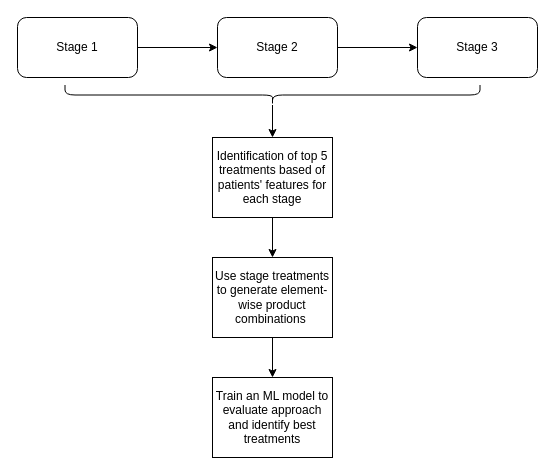
Before: page "Page-11" (11 of 12) of mimic3/visualize/visualize.drawio in karen-gishyan/project, a draw.io diagram. Source tidied: cells renumbered, new cells numbered last; positions are measured from the earlier drawing's top-left corner, leaving out a move shared by most shapes. Both pictures are drawn from the tidied source at 100%, with x=0, y=0 at pixel (17, -113).
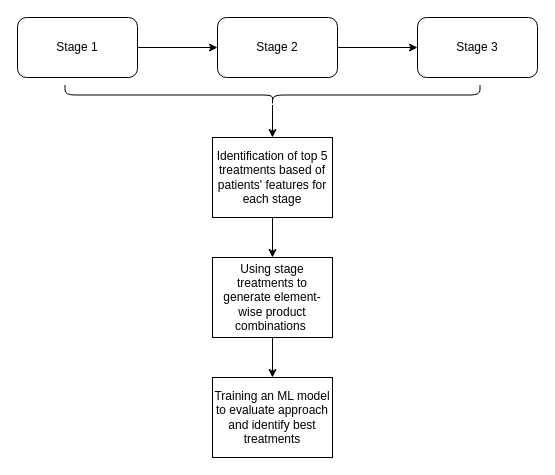
The same page after the edit.

The edit, as a diff of the source:
```diff
@@
 <mxGraphModel background="#ffffff">
   <root>
     <mxCell id="0" />
     <mxCell id="1" parent="0" />
     <mxCell id="2" style="edgeStyle=none;html=1;" parent="1" edge="1" source="3" target="5">
       <mxGeometry relative="1" as="geometry" />
     </mxCell>
     <mxCell id="3" value="Stage 1" style="rounded=1;whiteSpace=wrap;html=1;" parent="1" vertex="1">
       <mxGeometry y="130" width="120" height="60" as="geometry" />
     </mxCell>
     <mxCell id="4" style="edgeStyle=none;html=1;" parent="1" edge="1" source="5" target="6">
       <mxGeometry relative="1" as="geometry" />
     </mxCell>
     <mxCell id="5" value="Stage 2" style="rounded=1;whiteSpace=wrap;html=1;" parent="1" vertex="1">
       <mxGeometry x="200" y="130" width="120" height="60" as="geometry" />
     </mxCell>
     <mxCell id="6" value="Stage 3" style="rounded=1;whiteSpace=wrap;html=1;" parent="1" vertex="1">
       <mxGeometry x="400" y="130" width="120" height="60" as="geometry" />
     </mxCell>
     <mxCell id="7" style="edgeStyle=none;html=1;entryX=0.5;entryY=0;entryDx=0;entryDy=0;" parent="1" edge="1" source="8" target="12">
       <mxGeometry relative="1" as="geometry" />
     </mxCell>
     <mxCell id="8" value="Identification of top 5 treatments based of patients' features for each stage" style="rounded=0;whiteSpace=wrap;html=1;" parent="1" vertex="1">
       <mxGeometry x="195" y="250" width="120" height="80" as="geometry" />
     </mxCell>
     <mxCell id="9" style="edgeStyle=none;html=1;entryX=0.5;entryY=0;entryDx=0;entryDy=0;" parent="1" edge="1" source="10" target="8">
       <mxGeometry relative="1" as="geometry" />
     </mxCell>
     <mxCell id="10" style="shape=curlyBracket;whiteSpace=wrap;html=1;rounded=1;flipH=1;labelPosition=right;verticalLabelPosition=middle;align=left;verticalAlign=middle;rotation=90;" parent="1" vertex="1">
       <mxGeometry x="245" width="20" height="415" as="geometry" />
     </mxCell>
     <mxCell id="11" style="edgeStyle=none;html=1;" parent="1" edge="1" source="12" target="13">
       <mxGeometry relative="1" as="geometry" />
     </mxCell>
-    <mxCell id="12" value="Use stage treatments to generate element-wise product combinations&amp;nbsp;" style="rounded=0;whiteSpace=wrap;html=1;" parent="1" vertex="1">
+    <mxCell id="12" value="Using stage treatments to generate element-wise product combinations&amp;nbsp;" style="rounded=0;whiteSpace=wrap;html=1;" parent="1" vertex="1">
       <mxGeometry x="195" y="370" width="120" height="80" as="geometry" />
     </mxCell>
-    <mxCell id="13" value="Train an ML model to evaluate approach and identify best treatments" style="rounded=0;whiteSpace=wrap;html=1;" parent="1" vertex="1">
+    <mxCell id="13" value="Training an ML model to evaluate approach and identify best treatments" style="rounded=0;whiteSpace=wrap;html=1;" parent="1" vertex="1">
       <mxGeometry x="195" y="490" width="120" height="80" as="geometry" />
     </mxCell>
   </root>
 </mxGraphModel>
```
